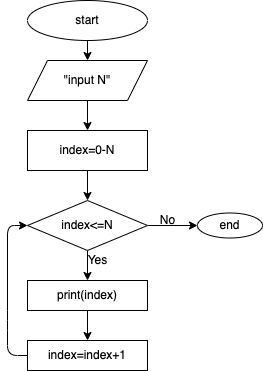
Earlier version of the draw.io export example.drawio.png (ElenaNec/Test_pro). Source tidied: cells renumbered, new cells last; positions are measured from the earlier drawing's top-left corner, leaving out a move shared by most shapes.
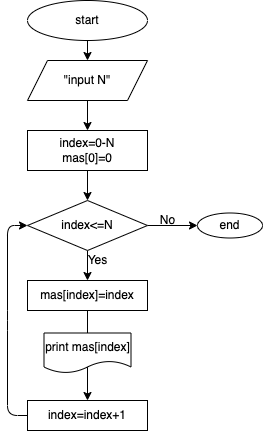
Later version of the same file.

Commit message:
Работа над ДЗ к семинару 3

The edit, as a diff of the source:
```diff
@@ -17,7 +17,7 @@
     <mxCell id="6" style="edgeStyle=none;html=1;" parent="1" edge="1" source="7" target="10">
       <mxGeometry relative="1" as="geometry" />
     </mxCell>
-    <mxCell id="7" value="index=0-N" style="whiteSpace=wrap;html=1;" parent="1" vertex="1">
+    <mxCell id="7" value="index=0-N&lt;br&gt;mas[0]=0" style="whiteSpace=wrap;html=1;" parent="1" vertex="1">
       <mxGeometry x="20" y="130" width="120" height="40" as="geometry" />
     </mxCell>
     <mxCell id="8" style="edgeStyle=none;html=1;" parent="1" edge="1" source="10" target="12">
@@ -34,20 +34,20 @@
     <mxCell id="11" style="edgeStyle=none;html=1;" parent="1" edge="1" source="12" target="14">
       <mxGeometry relative="1" as="geometry" />
     </mxCell>
-    <mxCell id="12" value="print(index)" style="whiteSpace=wrap;html=1;" parent="1" vertex="1">
+    <mxCell id="12" value="mas[index]=index" style="whiteSpace=wrap;html=1;" parent="1" vertex="1">
       <mxGeometry x="20" y="280" width="120" height="30" as="geometry" />
     </mxCell>
     <mxCell id="13" style="edgeStyle=none;html=1;entryX=0;entryY=0.5;entryDx=0;entryDy=0;exitX=0;exitY=0.5;exitDx=0;exitDy=0;" parent="1" edge="1" source="14" target="10">
       <mxGeometry relative="1" as="geometry">
         <Array as="points">
-          <mxPoint y="355" />
+          <mxPoint y="415" />
           <mxPoint y="320" />
           <mxPoint y="225" />
         </Array>
       </mxGeometry>
     </mxCell>
     <mxCell id="14" value="index=index+1" style="whiteSpace=wrap;html=1;" parent="1" vertex="1">
-      <mxGeometry x="20" y="340" width="120" height="30" as="geometry" />
+      <mxGeometry x="20" y="400" width="120" height="30" as="geometry" />
     </mxCell>
     <mxCell id="15" value="Yes" style="text;html=1;align=center;verticalAlign=middle;strokeColor=none;fillColor=none;" parent="1" vertex="1">
       <mxGeometry x="70" y="250" width="40" height="20" as="geometry" />
@@ -58,5 +58,8 @@
     <mxCell id="17" value="end" style="ellipse;whiteSpace=wrap;html=1;" parent="1" vertex="1">
       <mxGeometry x="190" y="212.5" width="65" height="25" as="geometry" />
     </mxCell>
+    <mxCell id="18" value="print mas[index]" style="shape=document;whiteSpace=wrap;html=1;boundedLbl=1;" parent="1" vertex="1">
+      <mxGeometry x="36.5" y="332.5" width="87" height="40" as="geometry" />
+    </mxCell>
   </root>
 </mxGraphModel>
```
